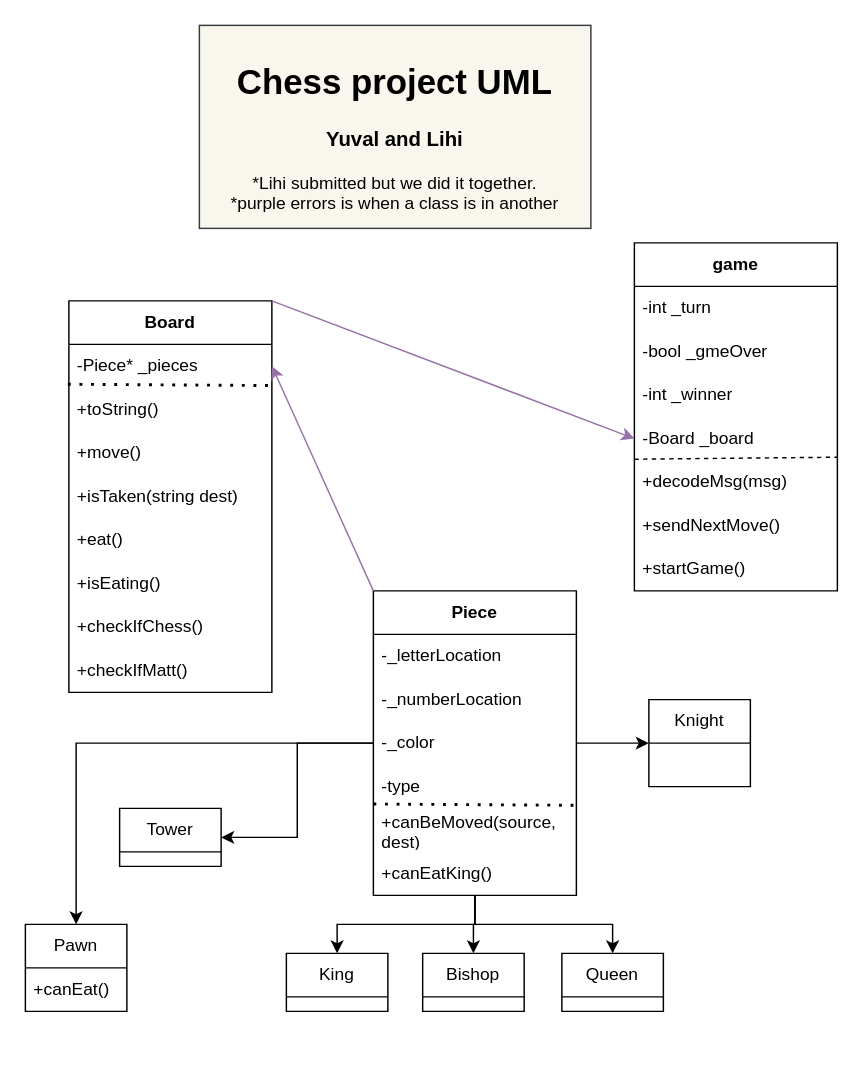
Before: ChessDiagram.drawio in yuv76/Chess, a draw.io diagram. Source tidied: cells renumbered, new cells numbered last; positions are measured from the earlier drawing's top-left corner, leaving out a move shared by most shapes. Both pictures are drawn from the tidied source at 145%, with x=0, y=0 at pixel (25, 25).
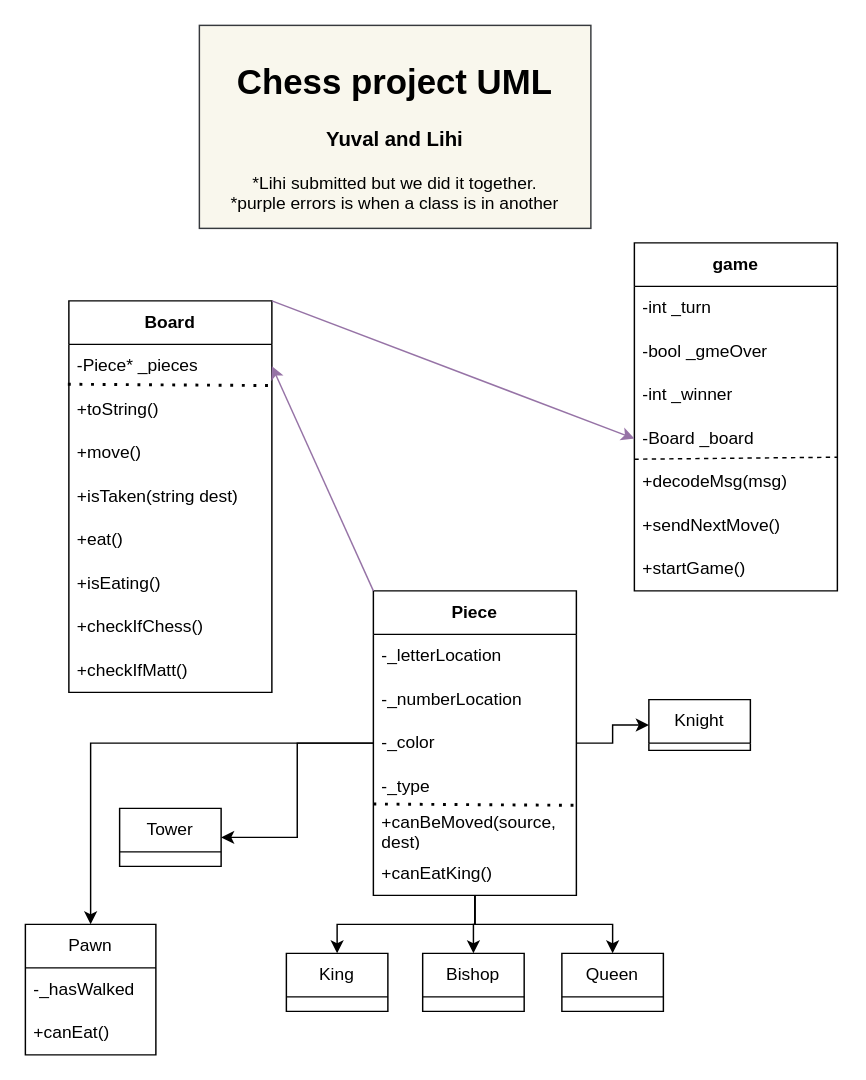
The same diagram, later.

The change refers to these unchanged cells:
```xml
<mxCell id="27" value="&lt;b&gt;Piece&lt;/b&gt;" style="swimlane;fontStyle=0;horizontal=1;startSize=30;whiteSpace=wrap;html=1;" parent="1" vertex="1">
  <mxGeometry x="240" y="390" width="140" height="210" as="geometry" />
</mxCell>
```

What changed in the source:
```diff
@@
-    <mxCell id="31" value="-type" style="text;strokeColor=none;fillColor=none;align=left;verticalAlign=middle;spacingLeft=4;spacingRight=4;overflow=hidden;whiteSpace=wrap;html=1;" parent="27" vertex="1">
+    <mxCell id="31" value="-_type" style="text;strokeColor=none;fillColor=none;align=left;verticalAlign=middle;spacingLeft=4;spacingRight=4;overflow=hidden;whiteSpace=wrap;html=1;" parent="27" vertex="1">
       <mxGeometry y="120" width="140" height="30" as="geometry" />
     </mxCell>
@@
     <mxCell id="39" value="Knight" style="swimlane;fontStyle=0;horizontal=1;startSize=30;whiteSpace=wrap;html=1;" parent="1" vertex="1">
-      <mxGeometry x="430" y="465" width="70" height="60" as="geometry" />
+      <mxGeometry x="430" y="465" width="70" height="35" as="geometry" />
     </mxCell>
@@
     <mxCell id="42" value="Pawn" style="swimlane;fontStyle=0;horizontal=1;startSize=30;whiteSpace=wrap;html=1;" parent="1" vertex="1">
-      <mxGeometry y="620" width="70" height="60" as="geometry" />
+      <mxGeometry y="620" width="90" height="90" as="geometry" />
     </mxCell>
+    <mxCell id="45" value="-_hasWalked" style="text;strokeColor=none;fillColor=none;align=left;verticalAlign=middle;spacingLeft=4;spacingRight=4;overflow=hidden;whiteSpace=wrap;html=1;" parent="42" vertex="1">
+      <mxGeometry y="30" width="90" height="30" as="geometry" />
+    </mxCell>
     <mxCell id="43" value="+canEat()" style="text;strokeColor=none;fillColor=none;align=left;verticalAlign=middle;spacingLeft=4;spacingRight=4;overflow=hidden;whiteSpace=wrap;html=1;" parent="42" vertex="1">
-      <mxGeometry y="30" width="70" height="30" as="geometry" />
+      <mxGeometry y="60" width="90" height="30" as="geometry" />
     </mxCell>
```
